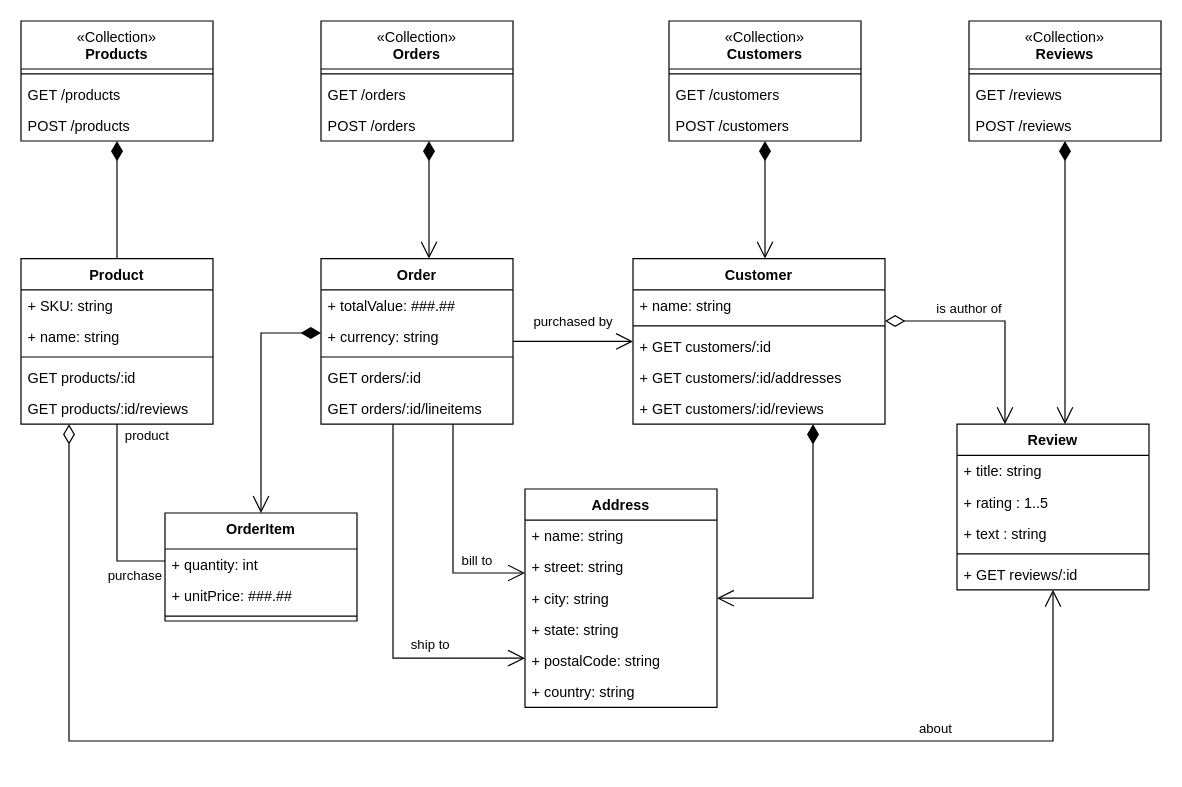
kubiak-calpoly/csc307-team-project keeps this draw.io diagram as Untitled Diagram.drawio. Above is the earlier version. Source tidied: cells renumbered, new cells numbered last; positions are measured from the earlier drawing's top-left corner, leaving out a move shared by most shapes. Both pictures are drawn from the tidied source at 120%, with x=0, y=0 at pixel (20, 20).
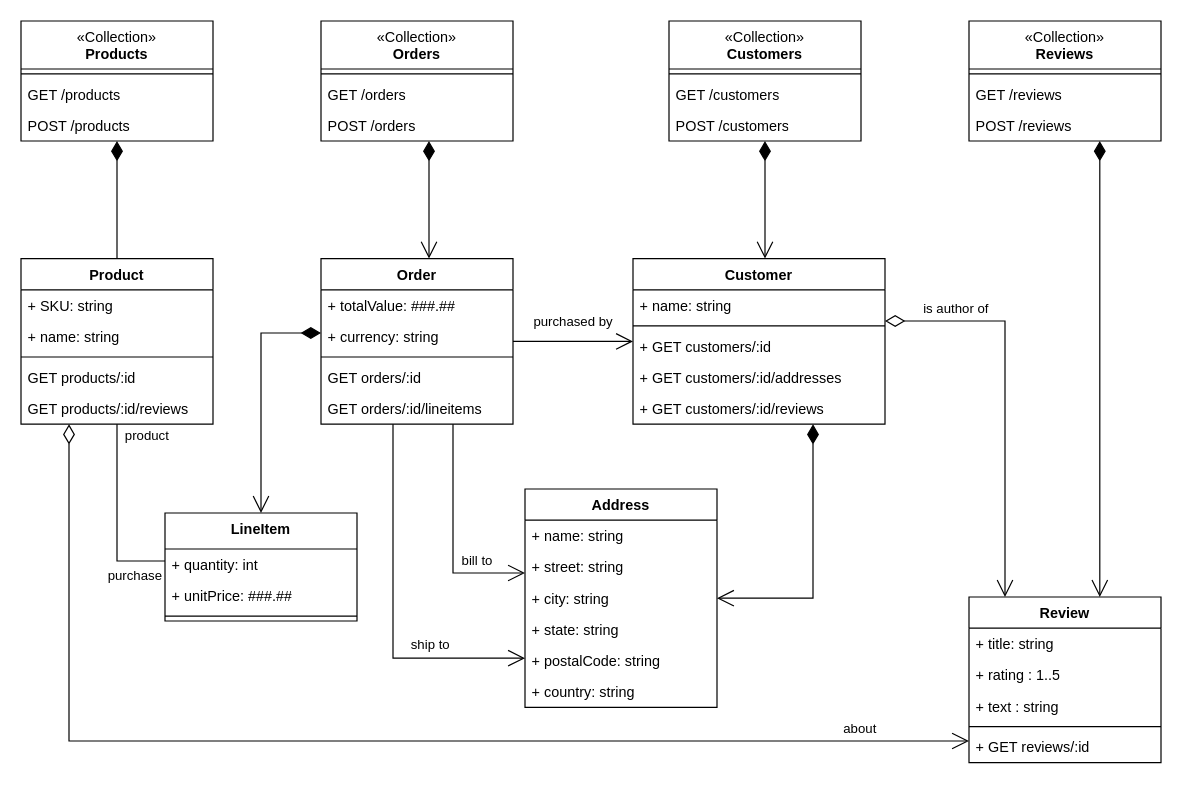
Above is the later version.

Unchanged cells that the change refers to:
```xml
<mxCell id="8" value="Customer" style="swimlane;fontStyle=1;align=center;verticalAlign=top;horizontal=1;startSize=26;whiteSpace=wrap;html=1;" parent="1" vertex="1">
  <mxGeometry x="510" y="198" width="210" height="138" as="geometry" />
</mxCell>
<mxCell id="43" value="Product" style="swimlane;fontStyle=1;align=center;verticalAlign=top;horizontal=1;startSize=26;whiteSpace=wrap;html=1;" parent="1" vertex="1">
  <mxGeometry y="198" width="160" height="138" as="geometry" />
</mxCell>
```

What changed in the source:
```diff
@@
-    <mxCell id="15" value="OrderItem" style="swimlane;fontStyle=1;align=center;verticalAlign=top;horizontal=1;startSize=30;whiteSpace=wrap;html=1;" parent="1" vertex="1">
+    <mxCell id="15" value="LineItem" style="swimlane;fontStyle=1;align=center;verticalAlign=top;horizontal=1;startSize=30;whiteSpace=wrap;html=1;" parent="1" vertex="1">
       <mxGeometry x="120" y="410" width="160" height="90" as="geometry" />
     </mxCell>
@@
     <mxCell id="57" value="Review" style="swimlane;fontStyle=1;align=center;verticalAlign=top;horizontal=1;startSize=26;whiteSpace=wrap;html=1;" parent="1" vertex="1">
-      <mxGeometry x="780" y="336" width="160" height="138" as="geometry" />
+      <mxGeometry x="790" y="480" width="160" height="138" as="geometry" />
     </mxCell>
@@
     <mxCell id="64" value="is author of" style="endArrow=open;html=1;endSize=12;startArrow=diamondThin;startSize=14;startFill=0;edgeStyle=orthogonalEdgeStyle;rounded=0;" parent="1" edge="1" source="8" target="57">
-      <mxGeometry x="-0.25" y="10" relative="1" as="geometry">
+      <mxGeometry x="-0.64" y="10" relative="1" as="geometry">
         <Array as="points">
           <mxPoint x="820" y="250" />
         </Array>
       </mxGeometry>
     </mxCell>
@@
     <mxCell id="66" value="about" style="endArrow=open;html=1;endSize=12;startArrow=diamondThin;startSize=14;startFill=0;edgeStyle=orthogonalEdgeStyle;rounded=0;" parent="1" edge="1" source="43" target="57">
-      <mxGeometry x="0.63" y="10" relative="1" as="geometry">
+      <mxGeometry x="0.82" y="10" relative="1" as="geometry">
         <Array as="points">
           <mxPoint x="40" y="600" />
           <mxPoint x="860" y="600" />
         </Array>
       </mxGeometry>
     </mxCell>
```
